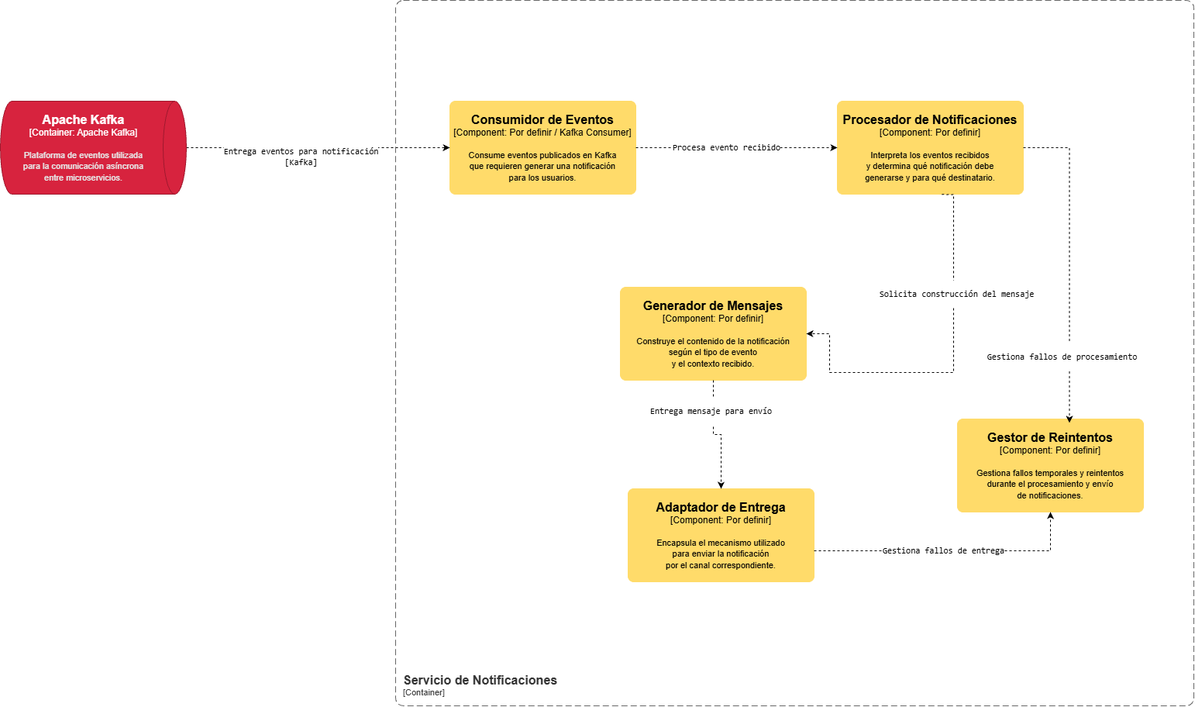
Before: architecture/diagrams/Red Vital C4-c3- Notificaciones.png, a diagram exported from draw.io (Arkue-Software/docs). Source tidied: cells renumbered, new cells last; positions are measured from the earlier drawing's top-left corner, leaving out a move shared by most shapes.
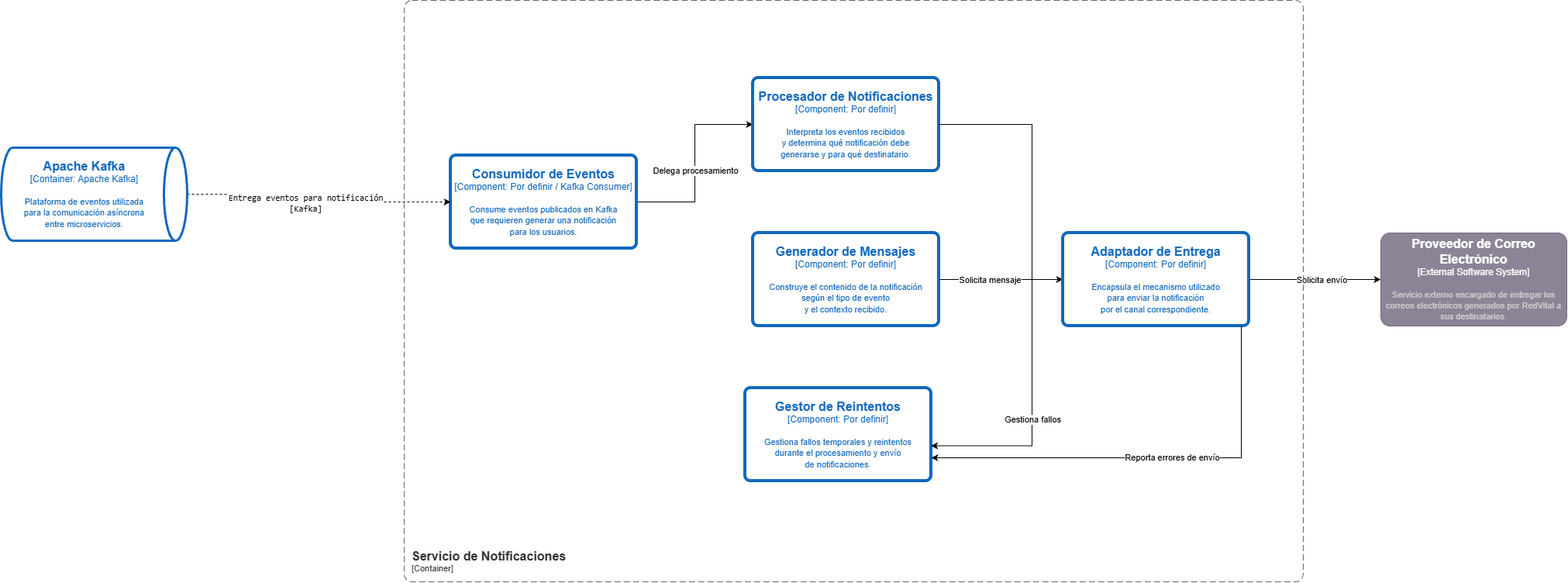
After the commit.

Diff of the diagram source:
```diff
@@ -2,9 +2,15 @@
   <root>
     <mxCell id="0" />
     <mxCell id="1" parent="0" />
+    <mxCell id="7" style="edgeStyle=orthogonalEdgeStyle;rounded=0;jettySize=auto;html=1;" parent="1" edge="1" source="2" target="6">
+      <mxGeometry relative="1" as="geometry" />
+    </mxCell>
+    <mxCell id="21" value="Delega procesamiento" style="edgeLabel;html=1;align=center;verticalAlign=middle;" parent="7" vertex="1">
+      <mxGeometry x="-0.07" relative="1" as="geometry" />
+    </mxCell>
     <object id="2" label="&lt;font style=&quot;font-size: 16px&quot;&gt;&lt;b&gt;%c4Name%&lt;/b&gt;&lt;/font&gt;&lt;div&gt;[%c4Type%: %c4Technology%]&lt;/div&gt;&lt;br&gt;&lt;div&gt;&lt;font style=&quot;font-size: 11px&quot;&gt;%c4Description%&lt;/font&gt;&lt;/div&gt;" c4Description="Consume eventos publicados en Kafka&#10;que requieren generar una notificación&#10;para los usuarios." c4Name="Consumidor de Eventos" c4Technology="Por definir / Kafka Consumer" c4Type="Component" placeholders="1">
-      <mxCell style="rounded=1;whiteSpace=wrap;html=1;labelBackgroundColor=none;fillColor=#FFDB6A;fontColor=#000000;align=center;arcSize=6;strokeColor=#FFDB6A;points=[[0.25,0,0],[0.5,0,0],[0.75,0,0],[1,0.25,0],[1,0.5,0],[1,0.75,0],[0.75,1,0],[0.5,1,0],[0.25,1,0],[0,0.75,0],[0,0.5,0],[0,0.25,0]];" parent="1" vertex="1">
-        <mxGeometry x="580" y="130" width="240" height="120" as="geometry" />
+      <mxCell style="rounded=1;whiteSpace=wrap;html=1;labelBackgroundColor=none;fillColor=#FFFFFF;fontColor=#1168BD;align=center;arcSize=6;strokeColor=#1168BD;points=[[0.25,0,0],[0.5,0,0],[0.75,0,0],[1,0.25,0],[1,0.5,0],[1,0.75,0],[0.75,1,0],[0.5,1,0],[0.25,1,0],[0,0.75,0],[0,0.5,0],[0,0.25,0]];strokeWidth=4;" parent="1" vertex="1">
+        <mxGeometry x="570" y="200" width="240" height="120" as="geometry" />
       </mxCell>
     </object>
     <mxCell id="3" style="edgeStyle=orthogonalEdgeStyle;rounded=0;jettySize=auto;html=1;dashed=1;" parent="1" edge="1" source="5" target="2">
@@ -13,83 +19,75 @@
     <mxCell id="4" value="&lt;pre dir=&quot;ltr&quot;&gt;&lt;code&gt;Entrega eventos para notificación&lt;br/&gt;[Kafka]&lt;/code&gt;&lt;/pre&gt;" style="edgeLabel;html=1;align=center;verticalAlign=middle;" parent="3" vertex="1">
       <mxGeometry x="-0.13" y="-11" relative="1" as="geometry" />
     </mxCell>
-    <object id="5" label="&lt;font style=&quot;font-size: 16px&quot;&gt;&lt;b&gt;%c4Name%&lt;/b&gt;&lt;/font&gt;&lt;div&gt;[%c4Type%:&amp;nbsp;%c4Technology%]&lt;/div&gt;&lt;br&gt;&lt;div&gt;&lt;font style=&quot;font-size: 11px&quot;&gt;&lt;font color=&quot;#E6E6E6&quot;&gt;%c4Description%&lt;/font&gt;&lt;/div&gt;" c4Description="Plataforma de eventos utilizada&#10;para la comunicación asíncrona&#10;entre microservicios." c4Name="Apache Kafka" c4Technology="Apache Kafka" c4Type="Container" placeholders="1">
-      <mxCell style="shape=cylinder3;size=15;direction=south;whiteSpace=wrap;html=1;boundedLbl=1;rounded=0;labelBackgroundColor=none;fillColor=#D7233E;fontSize=12;fontColor=#ffffff;align=center;strokeColor=#9F192E;points=[[0.5,0,0],[1,0.25,0],[1,0.5,0],[1,0.75,0],[0.5,1,0],[0,0.75,0],[0,0.5,0],[0,0.25,0]];" parent="1" vertex="1">
-        <mxGeometry y="130" width="240" height="120" as="geometry" />
+    <object id="5" label="&lt;font style=&quot;font-size: 16px&quot;&gt;&lt;b&gt;%c4Name%&lt;/b&gt;&lt;/font&gt;&lt;div&gt;[%c4Type%:&amp;nbsp;%c4Technology%]&lt;/div&gt;&lt;br&gt;&lt;div&gt;&lt;font style=&quot;font-size: 11px&quot;&gt;&lt;font&gt;%c4Description%&lt;/font&gt;&lt;/font&gt;&lt;/div&gt;" c4Description="Plataforma de eventos utilizada&#10;para la comunicación asíncrona&#10;entre microservicios." c4Name="Apache Kafka" c4Technology="Apache Kafka" c4Type="Container" placeholders="1">
+      <mxCell style="shape=cylinder3;size=15;direction=south;whiteSpace=wrap;html=1;boundedLbl=1;rounded=0;labelBackgroundColor=none;fillColor=#FFFFFF;fontSize=12;fontColor=#1168BD;align=center;strokeColor=#1168BD;points=[[0.5,0,0],[1,0.25,0],[1,0.5,0],[1,0.75,0],[0.5,1,0],[0,0.75,0],[0,0.5,0],[0,0.25,0]];strokeWidth=3;" parent="1" vertex="1">
+        <mxGeometry x="-10" y="190" width="240" height="120" as="geometry" />
       </mxCell>
     </object>
     <object id="6" label="&lt;font style=&quot;font-size: 16px&quot;&gt;&lt;b&gt;%c4Name%&lt;/b&gt;&lt;/font&gt;&lt;div&gt;[%c4Type%: %c4Technology%]&lt;/div&gt;&lt;br&gt;&lt;div&gt;&lt;font style=&quot;font-size: 11px&quot;&gt;%c4Description%&lt;/font&gt;&lt;/div&gt;" c4Description="Interpreta los eventos recibidos&#10;y determina qué notificación debe&#10;generarse y para qué destinatario." c4Name="Procesador de Notificaciones" c4Technology="Por definir" c4Type="Component" placeholders="1">
-      <mxCell style="rounded=1;whiteSpace=wrap;html=1;labelBackgroundColor=none;fillColor=#FFDB6A;fontColor=#000000;align=center;arcSize=6;strokeColor=#FFDB6A;points=[[0.25,0,0],[0.5,0,0],[0.75,0,0],[1,0.25,0],[1,0.5,0],[1,0.75,0],[0.75,1,0],[0.5,1,0],[0.25,1,0],[0,0.75,0],[0,0.5,0],[0,0.25,0]];" parent="1" vertex="1">
-        <mxGeometry x="1080" y="130" width="240" height="120" as="geometry" />
+      <mxCell style="rounded=1;whiteSpace=wrap;html=1;labelBackgroundColor=none;fillColor=#FFFFFF;fontColor=#1168BD;align=center;arcSize=6;strokeColor=#1168BD;points=[[0.25,0,0],[0.5,0,0],[0.75,0,0],[1,0.25,0],[1,0.5,0],[1,0.75,0],[0.75,1,0],[0.5,1,0],[0.25,1,0],[0,0.75,0],[0,0.5,0],[0,0.25,0]];strokeWidth=4;" parent="1" vertex="1">
+        <mxGeometry x="960" y="100" width="240" height="120" as="geometry" />
       </mxCell>
     </object>
-    <mxCell id="7" style="edgeStyle=orthogonalEdgeStyle;rounded=0;jettySize=auto;html=1;entryX=0;entryY=0.5;entryDx=0;entryDy=0;entryPerimeter=0;dashed=1;" parent="1" edge="1" source="2" target="6">
-      <mxGeometry relative="1" as="geometry" />
-    </mxCell>
-    <mxCell id="8" value="&lt;pre dir=&quot;ltr&quot;&gt;&lt;code&gt;Procesa evento recibido&lt;/code&gt;&lt;/pre&gt;" style="edgeLabel;html=1;align=center;verticalAlign=middle;" parent="7" vertex="1">
-      <mxGeometry x="-0.1" y="-5" relative="1" as="geometry">
-        <mxPoint y="-5" as="offset" />
-      </mxGeometry>
-    </mxCell>
+    <mxCell id="13" style="edgeStyle=orthogonalEdgeStyle;rounded=0;jettySize=auto;html=1;" parent="1" edge="1" source="9" target="12">
+      <mxGeometry relative="1" as="geometry" />
+    </mxCell>
+    <mxCell id="22" value="Solicita mensaje" style="edgeLabel;html=1;align=center;verticalAlign=middle;" parent="13" vertex="1">
+      <mxGeometry x="-0.19" relative="1" as="geometry" />
+    </mxCell>
     <object id="9" label="&lt;font style=&quot;font-size: 16px&quot;&gt;&lt;b&gt;%c4Name%&lt;/b&gt;&lt;/font&gt;&lt;div&gt;[%c4Type%: %c4Technology%]&lt;/div&gt;&lt;br&gt;&lt;div&gt;&lt;font style=&quot;font-size: 11px&quot;&gt;%c4Description%&lt;/font&gt;&lt;/div&gt;" c4Description="Construye el contenido de la notificación&#10;según el tipo de evento&#10;y el contexto recibido." c4Name="Generador de Mensajes" c4Technology="Por definir" c4Type="Component" placeholders="1">
-      <mxCell style="rounded=1;whiteSpace=wrap;html=1;labelBackgroundColor=none;fillColor=#FFDB6A;fontColor=#000000;align=center;arcSize=6;strokeColor=#FFDB6A;points=[[0.25,0,0],[0.5,0,0],[0.75,0,0],[1,0.25,0],[1,0.5,0],[1,0.75,0],[0.75,1,0],[0.5,1,0],[0.25,1,0],[0,0.75,0],[0,0.5,0],[0,0.25,0]];" parent="1" vertex="1">
-        <mxGeometry x="800" y="370" width="240" height="120" as="geometry" />
+      <mxCell style="rounded=1;whiteSpace=wrap;html=1;labelBackgroundColor=none;fillColor=#FFFFFF;fontColor=#1168BD;align=center;arcSize=6;strokeColor=#1168BD;points=[[0.25,0,0],[0.5,0,0],[0.75,0,0],[1,0.25,0],[1,0.5,0],[1,0.75,0],[0.75,1,0],[0.5,1,0],[0.25,1,0],[0,0.75,0],[0,0.5,0],[0,0.25,0]];strokeWidth=4;" parent="1" vertex="1">
+        <mxGeometry x="960" y="300" width="240" height="120" as="geometry" />
       </mxCell>
     </object>
-    <mxCell id="10" style="edgeStyle=orthogonalEdgeStyle;rounded=0;jettySize=auto;html=1;entryX=1;entryY=0.5;entryDx=0;entryDy=0;entryPerimeter=0;exitX=0.561;exitY=1.003;exitDx=0;exitDy=0;exitPerimeter=0;dashed=1;" parent="1" edge="1" source="6" target="9">
-      <mxGeometry x="0.13" relative="1" as="geometry">
-        <Array as="points">
-          <mxPoint x="1230" y="250.4" />
-          <mxPoint x="1230" y="480" />
-          <mxPoint x="1070" y="480" />
-        </Array>
-      </mxGeometry>
-    </mxCell>
-    <mxCell id="11" value="&lt;pre dir=&quot;ltr&quot;&gt;&lt;code&gt;Solicita construcción del mensaje&lt;/code&gt;&lt;/pre&gt;" style="edgeLabel;html=1;align=center;verticalAlign=middle;" parent="10" vertex="1">
-      <mxGeometry x="-0.41" y="3" relative="1" as="geometry" />
-    </mxCell>
+    <mxCell id="23" style="edgeStyle=orthogonalEdgeStyle;rounded=0;jettySize=auto;html=1;" parent="1" edge="1" source="12" target="25">
+      <mxGeometry relative="1" as="geometry" />
+    </mxCell>
+    <mxCell id="24" value="Solicita envío" style="edgeLabel;html=1;align=center;verticalAlign=middle;" parent="23" vertex="1">
+      <mxGeometry x="0.1" relative="1" as="geometry" />
+    </mxCell>
     <object id="12" label="&lt;font style=&quot;font-size: 16px&quot;&gt;&lt;b&gt;%c4Name%&lt;/b&gt;&lt;/font&gt;&lt;div&gt;[%c4Type%: %c4Technology%]&lt;/div&gt;&lt;br&gt;&lt;div&gt;&lt;font style=&quot;font-size: 11px&quot;&gt;%c4Description%&lt;/font&gt;&lt;/div&gt;" c4Description="Encapsula el mecanismo utilizado&#10;para enviar la notificación&#10;por el canal correspondiente." c4Name="Adaptador de Entrega" c4Technology="Por definir" c4Type="Component" placeholders="1">
-      <mxCell style="rounded=1;whiteSpace=wrap;html=1;labelBackgroundColor=none;fillColor=#FFDB6A;fontColor=#000000;align=center;arcSize=6;strokeColor=#FFDB6A;points=[[0.25,0,0],[0.5,0,0],[0.75,0,0],[1,0.25,0],[1,0.5,0],[1,0.75,0],[0.75,1,0],[0.5,1,0],[0.25,1,0],[0,0.75,0],[0,0.5,0],[0,0.25,0]];" parent="1" vertex="1">
-        <mxGeometry x="810" y="630" width="240" height="120" as="geometry" />
+      <mxCell style="rounded=1;whiteSpace=wrap;html=1;labelBackgroundColor=none;fillColor=#FFFFFF;fontColor=#1168BD;align=center;arcSize=6;strokeColor=#1168BD;points=[[0.25,0,0],[0.5,0,0],[0.75,0,0],[1,0.25,0],[1,0.5,0],[1,0.75,0],[0.75,1,0],[0.5,1,0],[0.25,1,0],[0,0.75,0],[0,0.5,0],[0,0.25,0]];strokeWidth=4;" parent="1" vertex="1">
+        <mxGeometry x="1360" y="300" width="240" height="120" as="geometry" />
       </mxCell>
     </object>
-    <mxCell id="13" style="edgeStyle=orthogonalEdgeStyle;rounded=0;jettySize=auto;html=1;entryX=0.5;entryY=0;entryDx=0;entryDy=0;entryPerimeter=0;dashed=1;" parent="1" edge="1" source="9" target="12">
-      <mxGeometry relative="1" as="geometry" />
-    </mxCell>
-    <mxCell id="14" value="&lt;pre dir=&quot;ltr&quot;&gt;&lt;code&gt;Entrega mensaje para envío&lt;/code&gt;&lt;/pre&gt;" style="edgeLabel;html=1;align=center;verticalAlign=middle;" parent="13" vertex="1">
-      <mxGeometry x="-0.49" y="-4" relative="1" as="geometry" />
-    </mxCell>
     <object id="15" label="&lt;font style=&quot;font-size: 16px&quot;&gt;&lt;b&gt;%c4Name%&lt;/b&gt;&lt;/font&gt;&lt;div&gt;[%c4Type%: %c4Technology%]&lt;/div&gt;&lt;br&gt;&lt;div&gt;&lt;font style=&quot;font-size: 11px&quot;&gt;%c4Description%&lt;/font&gt;&lt;/div&gt;" c4Description="Gestiona fallos temporales y reintentos&#10;durante el procesamiento y envío&#10;de notificaciones." c4Name="Gestor de Reintentos" c4Technology="Por definir" c4Type="Component" placeholders="1">
-      <mxCell style="rounded=1;whiteSpace=wrap;html=1;labelBackgroundColor=none;fillColor=#FFDB6A;fontColor=#000000;align=center;arcSize=6;strokeColor=#FFDB6A;points=[[0.25,0,0],[0.5,0,0],[0.75,0,0],[1,0.25,0],[1,0.5,0],[1,0.75,0],[0.75,1,0],[0.5,1,0],[0.25,1,0],[0,0.75,0],[0,0.5,0],[0,0.25,0]];" parent="1" vertex="1">
-        <mxGeometry x="1235" y="540" width="240" height="120" as="geometry" />
+      <mxCell style="rounded=1;whiteSpace=wrap;html=1;labelBackgroundColor=none;fillColor=#FFFFFF;fontColor=#1168BD;align=center;arcSize=6;strokeColor=#1168BD;points=[[0.25,0,0],[0.5,0,0],[0.75,0,0],[1,0.25,0],[1,0.5,0],[1,0.75,0],[0.75,1,0],[0.5,1,0],[0.25,1,0],[0,0.75,0],[0,0.5,0],[0,0.25,0]];strokeWidth=4;" parent="1" vertex="1">
+        <mxGeometry x="950" y="500" width="240" height="120" as="geometry" />
       </mxCell>
     </object>
+    <object id="20" label="&lt;font style=&quot;font-size: 16px&quot;&gt;&lt;b&gt;&lt;div style=&quot;text-align: left&quot;&gt;%c4Name%&lt;/div&gt;&lt;/b&gt;&lt;/font&gt;&lt;div style=&quot;text-align: left&quot;&gt;[%c4Application%]&lt;/div&gt;" c4Application="Container" c4Name="Servicio de Notificaciones" c4Type="ContainerScopeBoundary" placeholders="1">
+      <mxCell style="rounded=1;fontSize=11;whiteSpace=wrap;html=1;dashed=1;arcSize=20;fillColor=none;strokeColor=#666666;fontColor=#333333;labelBackgroundColor=none;align=left;verticalAlign=bottom;labelBorderColor=none;spacingTop=0;spacing=10;dashPattern=8 4;perimeter=rectanglePerimeter;noLabel=0;labelPadding=0;absoluteArcSize=1;" parent="1" vertex="1">
+        <mxGeometry x="510" width="1160" height="750" as="geometry" />
+      </mxCell>
+    </object>
+    <object id="25" label="&lt;font style=&quot;font-size: 16px&quot;&gt;&lt;b&gt;%c4Name%&lt;/b&gt;&lt;/font&gt;&lt;div&gt;[%c4Type%]&lt;/div&gt;&lt;br&gt;&lt;div&gt;&lt;font style=&quot;font-size: 11px&quot;&gt;&lt;font color=&quot;#cccccc&quot;&gt;%c4Description%&lt;/font&gt;&lt;/div&gt;" c4Description="Servicio externo encargado de entregar los correos electrónicos generados por RedVital a sus destinatarios." c4Name="Proveedor de Correo Electrónico" c4Type="External Software System" placeholders="1">
+      <mxCell style="rounded=1;whiteSpace=wrap;html=1;labelBackgroundColor=none;fillColor=#8C8496;fontColor=#ffffff;align=center;arcSize=10;strokeColor=#736782;points=[[0.25,0,0],[0.5,0,0],[0.75,0,0],[1,0.25,0],[1,0.5,0],[1,0.75,0],[0.75,1,0],[0.5,1,0],[0.25,1,0],[0,0.75,0],[0,0.5,0],[0,0.25,0]];" parent="1" vertex="1">
+        <mxGeometry x="1770" y="300" width="240" height="120" as="geometry" />
+      </mxCell>
+    </object>
-    <mxCell id="16" style="edgeStyle=orthogonalEdgeStyle;rounded=0;jettySize=auto;html=1;entryX=0.602;entryY=0.041;entryDx=0;entryDy=0;entryPerimeter=0;dashed=1;" parent="1" edge="1" source="6" target="15">
+    <mxCell id="16" style="edgeStyle=orthogonalEdgeStyle;rounded=0;jettySize=auto;html=1;entryX=0.998;entryY=0.621;entryDx=0;entryDy=0;entryPerimeter=0;" parent="1" edge="1" source="6" target="15">
       <mxGeometry relative="1" as="geometry">
         <Array as="points">
-          <mxPoint x="1379.5" y="190" />
+          <mxPoint x="1320" y="160" />
+          <mxPoint x="1320" y="574.5" />
         </Array>
       </mxGeometry>
     </mxCell>
-    <mxCell id="17" value="&lt;pre dir=&quot;ltr&quot;&gt;&lt;code&gt;Gestiona fallos de procesamiento&lt;/code&gt;&lt;/pre&gt;" style="edgeLabel;html=1;align=center;verticalAlign=middle;" parent="16" vertex="1">
-      <mxGeometry x="0.13" y="4" relative="1" as="geometry">
-        <mxPoint x="-14" y="95" as="offset" />
-      </mxGeometry>
-    </mxCell>
+    <mxCell id="26" value="Gestiona fallos" style="edgeLabel;html=1;align=center;verticalAlign=middle;" parent="16" vertex="1">
+      <mxGeometry x="0.44" y="3" relative="1" as="geometry">
+        <mxPoint x="-3" y="20" as="offset" />
+      </mxGeometry>
+    </mxCell>
-    <mxCell id="18" style="edgeStyle=orthogonalEdgeStyle;rounded=0;jettySize=auto;html=1;entryX=0.5;entryY=1;entryDx=0;entryDy=0;entryPerimeter=0;dashed=1;" parent="1" edge="1" source="12" target="15">
+    <mxCell id="18" style="edgeStyle=orthogonalEdgeStyle;rounded=0;jettySize=auto;html=1;entryX=1;entryY=0.75;entryDx=0;entryDy=0;entryPerimeter=0;" parent="1" edge="1" source="12" target="15">
       <mxGeometry relative="1" as="geometry">
         <Array as="points">
-          <mxPoint x="1355" y="710" />
+          <mxPoint x="1590" y="590" />
         </Array>
       </mxGeometry>
     </mxCell>
-    <mxCell id="19" value="&lt;pre dir=&quot;ltr&quot;&gt;&lt;code&gt;Gestiona fallos de entrega&lt;/code&gt;&lt;/pre&gt;" style="edgeLabel;html=1;align=center;verticalAlign=middle;" parent="18" vertex="1">
-      <mxGeometry x="-0.07" y="1" relative="1" as="geometry" />
-    </mxCell>
-    <object id="20" label="&lt;font style=&quot;font-size: 16px&quot;&gt;&lt;b&gt;&lt;div style=&quot;text-align: left&quot;&gt;%c4Name%&lt;/div&gt;&lt;/b&gt;&lt;/font&gt;&lt;div style=&quot;text-align: left&quot;&gt;[%c4Application%]&lt;/div&gt;" c4Application="Container" c4Name="Servicio de Notificaciones" c4Type="ContainerScopeBoundary" placeholders="1">
-      <mxCell style="rounded=1;fontSize=11;whiteSpace=wrap;html=1;dashed=1;arcSize=20;fillColor=none;strokeColor=#666666;fontColor=#333333;labelBackgroundColor=none;align=left;verticalAlign=bottom;labelBorderColor=none;spacingTop=0;spacing=10;dashPattern=8 4;perimeter=rectanglePerimeter;noLabel=0;labelPadding=0;absoluteArcSize=1;" parent="1" vertex="1">
-        <mxGeometry x="510" width="1030" height="910" as="geometry" />
-      </mxCell>
-    </object>
+    <mxCell id="27" value="Reporta errores de envío" style="edgeLabel;html=1;align=center;verticalAlign=middle;" parent="18" vertex="1">
+      <mxGeometry x="-0.09" y="-1" relative="1" as="geometry" />
+    </mxCell>
   </root>
 </mxGraphModel>
```
